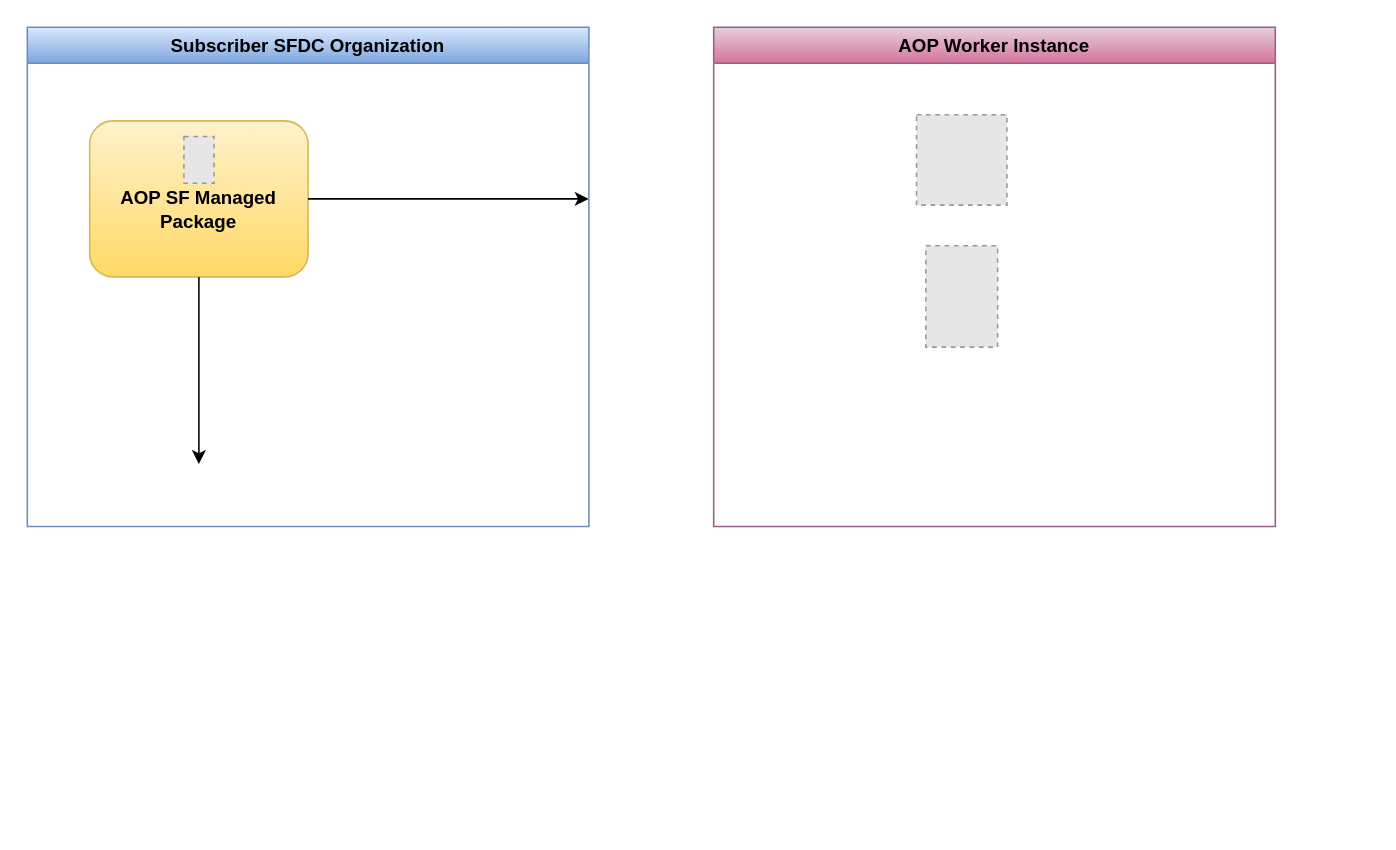
Earlier version of the draw.io diagram AOP_ARCHITECTURE.drawio (Maxxpower/aop_diagrams). Source tidied: cells renumbered, new cells numbered last; positions are measured from the earlier drawing's top-left corner, leaving out a move shared by most shapes. Both pictures are drawn from the tidied source at 156%, with x=0, y=0 at pixel (27, 27). Pictures stored in the file or linked from it are replaced by grey dashed boxes.
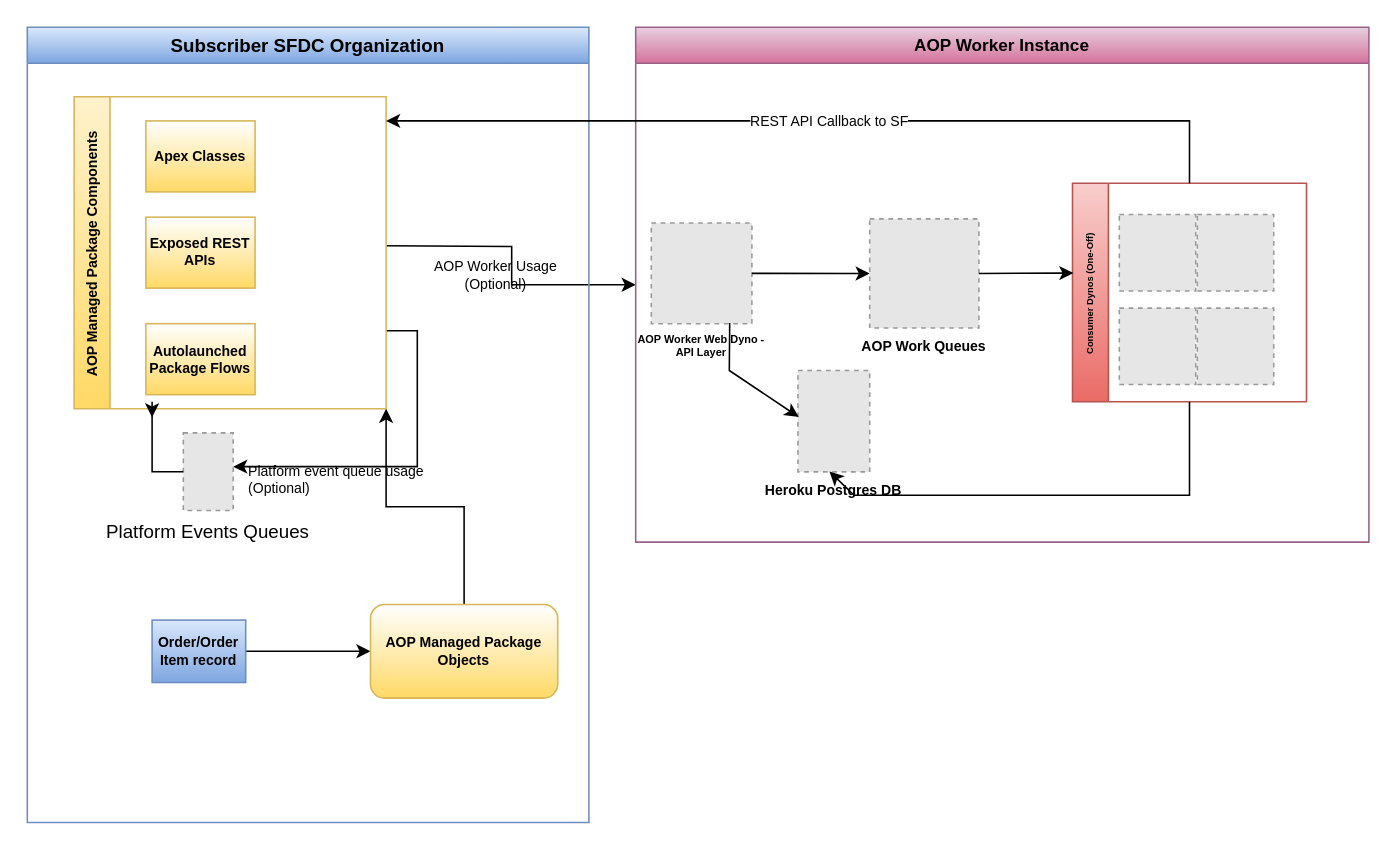
The same diagram, later.

Diff of the diagram source:
```diff
@@
-    <mxCell id="2" style="group;" parent="1" vertex="1">
-      <mxGeometry x="40" y="60" width="320" height="220" as="geometry" />
-    </mxCell>
-    <mxCell id="3" value="&lt;br&gt;AOP SF Managed Package" style="rounded=1;whiteSpace=wrap;html=1;fillColor=#fff2cc;gradientColor=#ffd966;strokeColor=#d6b656;fontStyle=1;" parent="2" vertex="1">
-      <mxGeometry width="140" height="100" as="geometry" />
-    </mxCell>
-    <mxCell id="4" style="fillColor=#E6E6E6;strokeColor=#999999;dashed=1;verticalLabelPosition=bottom;labelBackgroundColor=default;verticalAlign=top;" parent="2" vertex="1">
-      <mxGeometry x="60.4" y="10" width="19.3" height="30" as="geometry" />
-    </mxCell>
-    <mxCell id="5" style="endArrow=classic;html=1;rounded=0;exitX=0.5;exitY=1;exitDx=0;exitDy=0;" parent="2" edge="1" source="3">
-      <mxGeometry relative="1" as="geometry">
-        <mxPoint x="70" y="220" as="targetPoint" />
-      </mxGeometry>
-    </mxCell>
-    <mxCell id="6" style="endArrow=classic;html=1;rounded=0;exitX=1;exitY=0.5;exitDx=0;exitDy=0;" parent="2" edge="1" source="3">
-      <mxGeometry relative="1" as="geometry">
-        <mxPoint x="320" y="50" as="targetPoint" />
-      </mxGeometry>
-    </mxCell>
+    <mxCell id="11" style="edgeStyle=orthogonalEdgeStyle;rounded=0;jettySize=auto;html=1;entryX=0;entryY=0.5;entryDx=0;entryDy=0;fontSize=9;labelBackgroundColor=none;" parent="1" edge="1" target="8">
+      <mxGeometry relative="1" as="geometry">
+        <mxPoint x="230" y="140" as="sourcePoint" />
+      </mxGeometry>
+    </mxCell>
+    <mxCell id="12" value="AOP Worker Usage&lt;br&gt;(Optional)" style="edgeLabel;html=1;align=center;verticalAlign=middle;fontSize=9;labelBackgroundColor=none;" parent="11" vertex="1">
+      <mxGeometry x="-0.17" y="-1" relative="1" as="geometry">
+        <mxPoint x="-7" y="17" as="offset" />
+      </mxGeometry>
+    </mxCell>
     <mxCell id="7" value="Subscriber SFDC Organization" style="swimlane;fillColor=#dae8fc;gradientColor=#7ea6e0;strokeColor=#6c8ebf;" parent="1" vertex="1">
-      <mxGeometry width="360" height="320" as="geometry" />
+      <mxGeometry width="360" height="509.7" as="geometry" />
     </mxCell>
+    <mxCell id="13" value="Platform Events Queues" style="fillColor=#E6E6E6;strokeColor=#999999;dashed=1;verticalLabelPosition=bottom;labelBackgroundColor=none;verticalAlign=top;" parent="7" vertex="1">
+      <mxGeometry x="100" y="260" width="32" height="49.7" as="geometry" />
+    </mxCell>
+    <mxCell id="14" style="edgeStyle=orthogonalEdgeStyle;rounded=0;jettySize=auto;html=1;exitX=1;exitY=0.75;exitDx=0;exitDy=0;entryX=1;entryY=0.435;entryDx=0;entryDy=0;entryPerimeter=0;fontSize=9;labelBackgroundColor=default;" parent="7" edge="1" source="16" target="13">
+      <mxGeometry relative="1" as="geometry" />
+    </mxCell>
+    <mxCell id="15" value="Platform event queue usage&lt;br&gt;(Optional)" style="edgeLabel;html=1;align=left;verticalAlign=middle;fontSize=9;labelBackgroundColor=none;" parent="14" vertex="1">
+      <mxGeometry x="0.29" relative="1" as="geometry">
+        <mxPoint x="-72" y="8" as="offset" />
+      </mxGeometry>
+    </mxCell>
+    <mxCell id="16" value="AOP Managed Package Components" style="swimlane;horizontal=0;labelBackgroundColor=none;fontSize=9;strokeColor=#d6b656;strokeWidth=1;gradientColor=#ffd966;fillColor=#fff2cc;" parent="7" vertex="1">
+      <mxGeometry x="30" y="44.5" width="200" height="200" as="geometry" />
+    </mxCell>
+    <mxCell id="17" value="Apex Classes" style="rounded=0;whiteSpace=wrap;html=1;labelBackgroundColor=none;fontSize=9;strokeColor=#D6B656;strokeWidth=1;gradientColor=#FFD966;fontStyle=1;" parent="16" vertex="1">
+      <mxGeometry x="46" y="15.5" width="70" height="45.5" as="geometry" />
+    </mxCell>
+    <mxCell id="18" value="Exposed REST APIs" style="rounded=0;whiteSpace=wrap;html=1;labelBackgroundColor=none;fontSize=9;strokeColor=#D6B656;strokeWidth=1;gradientColor=#FFD966;fontStyle=1;" parent="16" vertex="1">
+      <mxGeometry x="46" y="77.2" width="70" height="45.5" as="geometry" />
+    </mxCell>
+    <mxCell id="19" value="Autolaunched Package Flows" style="rounded=0;whiteSpace=wrap;html=1;labelBackgroundColor=none;fontSize=9;strokeColor=#D6B656;strokeWidth=1;gradientColor=#FFD966;fontStyle=1;" parent="16" vertex="1">
+      <mxGeometry x="46" y="145.5" width="70" height="45.5" as="geometry" />
+    </mxCell>
+    <mxCell id="20" style="edgeStyle=orthogonalEdgeStyle;rounded=0;jettySize=auto;html=1;fontSize=9;" parent="7" edge="1" source="21" target="23">
+      <mxGeometry relative="1" as="geometry" />
+    </mxCell>
+    <mxCell id="21" value="Order/Order Item record" style="rounded=0;whiteSpace=wrap;html=1;labelBackgroundColor=none;fontSize=9;strokeColor=#6c8ebf;strokeWidth=1;gradientColor=#7ea6e0;fillColor=#dae8fc;fontStyle=1;" parent="7" vertex="1">
+      <mxGeometry x="80" y="380" width="60" height="40" as="geometry" />
+    </mxCell>
+    <mxCell id="22" style="edgeStyle=orthogonalEdgeStyle;rounded=0;jettySize=auto;html=1;entryX=1;entryY=1;entryDx=0;entryDy=0;fontSize=9;" parent="7" edge="1" source="23" target="16">
+      <mxGeometry relative="1" as="geometry" />
+    </mxCell>
+    <mxCell id="23" value="AOP Managed Package Objects" style="rounded=1;whiteSpace=wrap;html=1;labelBackgroundColor=none;fontSize=9;strokeColor=#D6B656;strokeWidth=1;gradientColor=#FFD966;fontStyle=1;" parent="7" vertex="1">
+      <mxGeometry x="220" y="370" width="120" height="60" as="geometry" />
+    </mxCell>
-    <mxCell id="8" value="AOP Worker Instance" style="swimlane;fillColor=#e6d0de;gradientColor=#d5739d;strokeColor=#996185;" parent="1" vertex="1">
-      <mxGeometry x="440" width="360" height="320" as="geometry" />
+    <mxCell id="8" value="AOP Worker Instance" style="swimlane;fillColor=#e6d0de;gradientColor=#d5739d;strokeColor=#996185;fontSize=11;" parent="1" vertex="1">
+      <mxGeometry x="390" width="470" height="330" as="geometry" />
     </mxCell>
-    <mxCell id="9" style="fillColor=#E6E6E6;strokeColor=#999999;dashed=1;verticalLabelPosition=bottom;labelBackgroundColor=default;verticalAlign=top;" parent="8" vertex="1">
-      <mxGeometry x="130" y="56" width="58" height="58" as="geometry" />
+    <mxCell id="9" value="AOP Worker Web Dyno - &#10;API Layer" style="fillColor=#E6E6E6;strokeColor=#999999;dashed=1;verticalLabelPosition=bottom;labelBackgroundColor=none;verticalAlign=top;fontSize=7;fontStyle=1;" parent="8" vertex="1">
+      <mxGeometry x="10" y="125.5" width="64.5" height="64.5" as="geometry" />
     </mxCell>
-    <mxCell id="10" style="fillColor=#E6E6E6;strokeColor=#999999;dashed=1;verticalLabelPosition=bottom;labelBackgroundColor=default;verticalAlign=top;" parent="8" vertex="1">
-      <mxGeometry x="136" y="140" width="46" height="65" as="geometry" />
+    <mxCell id="10" value="Heroku Postgres DB" style="fillColor=#E6E6E6;strokeColor=#999999;dashed=1;verticalLabelPosition=bottom;labelBackgroundColor=default;verticalAlign=top;fontSize=9;fontStyle=1;" parent="8" vertex="1">
+      <mxGeometry x="104" y="220" width="46" height="65" as="geometry" />
     </mxCell>
+    <mxCell id="24" style="endArrow=classic;html=1;rounded=0;entryX=0.011;entryY=0.459;entryDx=0;entryDy=0;exitX=0.779;exitY=0.993;exitDx=0;exitDy=0;exitPerimeter=0;entryPerimeter=0;" parent="8" edge="1" source="9" target="10">
+      <mxGeometry relative="1" as="geometry">
+        <Array as="points">
+          <mxPoint x="60" y="220" />
+        </Array>
+      </mxGeometry>
+    </mxCell>
+    <mxCell id="25" style="endArrow=classic;html=1;rounded=0;entryX=0;entryY=0.5;entryDx=0;entryDy=0;exitX=1;exitY=0.5;exitDx=0;exitDy=0;" parent="8" edge="1" source="9" target="26">
+      <mxGeometry relative="1" as="geometry" />
+    </mxCell>
+    <mxCell id="26" value="AOP Work Queues" style="fillColor=#E6E6E6;strokeColor=#999999;dashed=1;verticalLabelPosition=bottom;labelBackgroundColor=none;verticalAlign=top;fontSize=9;fontStyle=1;" parent="8" vertex="1">
+      <mxGeometry x="150" y="122.8" width="70" height="70" as="geometry" />
+    </mxCell>
+    <mxCell id="27" value="Consumer Dynos (One-Off)" style="swimlane;horizontal=0;fontSize=6;fillColor=#f8cecc;gradientColor=#ea6b66;strokeColor=#b85450;" parent="8" vertex="1">
+      <mxGeometry x="280" y="100" width="150" height="140" as="geometry" />
+    </mxCell>
+    <mxCell id="28" style="fillColor=#E6E6E6;strokeColor=#999999;dashed=1;verticalLabelPosition=bottom;labelBackgroundColor=default;verticalAlign=top;" parent="27" vertex="1">
+      <mxGeometry x="80" y="20" width="49" height="49" as="geometry" />
+    </mxCell>
+    <mxCell id="29" style="fillColor=#E6E6E6;strokeColor=#999999;dashed=1;verticalLabelPosition=bottom;labelBackgroundColor=default;verticalAlign=top;" parent="27" vertex="1">
+      <mxGeometry x="30" y="20" width="49" height="49" as="geometry" />
+    </mxCell>
+    <mxCell id="30" style="fillColor=#E6E6E6;strokeColor=#999999;dashed=1;verticalLabelPosition=bottom;labelBackgroundColor=default;verticalAlign=top;" parent="27" vertex="1">
+      <mxGeometry x="30" y="80" width="49" height="49" as="geometry" />
+    </mxCell>
+    <mxCell id="31" style="fillColor=#E6E6E6;strokeColor=#999999;dashed=1;verticalLabelPosition=bottom;labelBackgroundColor=default;verticalAlign=top;" parent="27" vertex="1">
+      <mxGeometry x="80" y="80" width="49" height="49" as="geometry" />
+    </mxCell>
+    <mxCell id="32" style="endArrow=classic;html=1;rounded=0;fontSize=6;entryX=0.004;entryY=0.411;entryDx=0;entryDy=0;entryPerimeter=0;exitX=1;exitY=0.5;exitDx=0;exitDy=0;" parent="8" edge="1" source="26" target="27">
+      <mxGeometry relative="1" as="geometry" />
+    </mxCell>
+    <mxCell id="33" style="endArrow=classic;html=1;rounded=0;fontSize=6;entryX=0.439;entryY=0.996;entryDx=0;entryDy=0;exitX=0.5;exitY=1;exitDx=0;exitDy=0;entryPerimeter=0;" parent="8" edge="1" source="27" target="10">
+      <mxGeometry relative="1" as="geometry">
+        <Array as="points">
+          <mxPoint x="355" y="300" />
+          <mxPoint x="140" y="300" />
+        </Array>
+      </mxGeometry>
+    </mxCell>
+    <mxCell id="34" style="endArrow=classic;html=1;rounded=0;fontSize=9;exitX=0.5;exitY=0;exitDx=0;exitDy=0;" parent="1" edge="1" source="27">
+      <mxGeometry relative="1" as="geometry">
+        <mxPoint x="230" y="60" as="targetPoint" />
+        <Array as="points">
+          <mxPoint x="745" y="60" />
+        </Array>
+      </mxGeometry>
+    </mxCell>
+    <mxCell id="35" value="REST API Callback to SF" style="edgeLabel;html=1;align=center;verticalAlign=middle;fontSize=9;" parent="34" vertex="1">
+      <mxGeometry x="-0.02" relative="1" as="geometry" />
+    </mxCell>
+    <mxCell id="36" style="edgeStyle=orthogonalEdgeStyle;rounded=0;jettySize=auto;html=1;exitX=0;exitY=0.5;exitDx=0;exitDy=0;fontSize=9;" parent="1" edge="1" source="13">
+      <mxGeometry relative="1" as="geometry">
+        <mxPoint x="80" y="250" as="targetPoint" />
+      </mxGeometry>
+    </mxCell>
```
